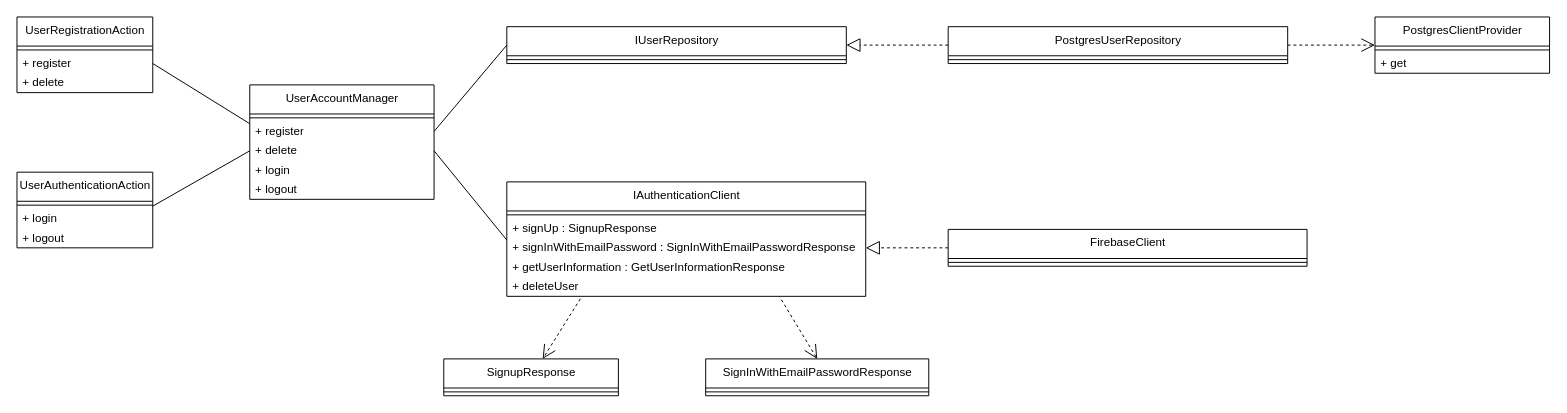
Before: page "AuthenticationModule" (3 of 7) of project-designs/class-diagrams/ff14-sns.drawio in Mouwf/FF14SNS, a draw.io diagram. Source tidied: cells renumbered, new cells numbered last; positions are measured from the earlier drawing's top-left corner, leaving out a move shared by most shapes. Both pictures are drawn from the tidied source at 97%, with x=0, y=0 at pixel (16, 16).
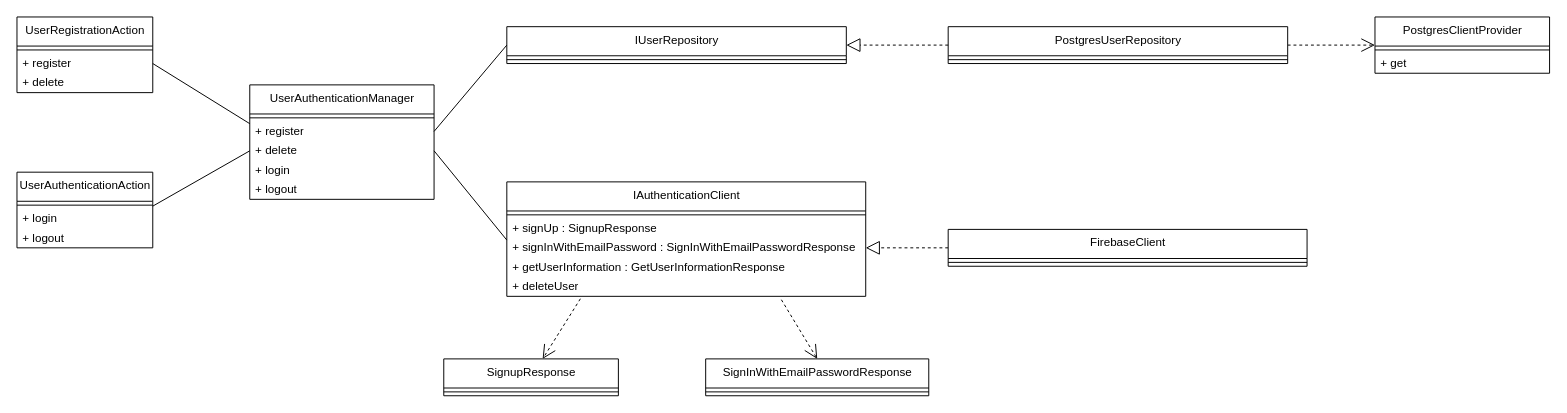
The same page after the edit.

Change to the diagram source:
```diff
@@
-    <mxCell id="2" value="UserAccountManager" style="swimlane;fontStyle=0;align=center;verticalAlign=top;horizontal=1;startSize=30;html=1;" parent="1" vertex="1">
+    <mxCell id="2" value="UserAuthenticationManager" style="swimlane;fontStyle=0;align=center;verticalAlign=top;horizontal=1;startSize=30;html=1;" parent="1" vertex="1">
       <mxGeometry x="240" y="70" width="190" height="118" as="geometry" />
     </mxCell>
```
